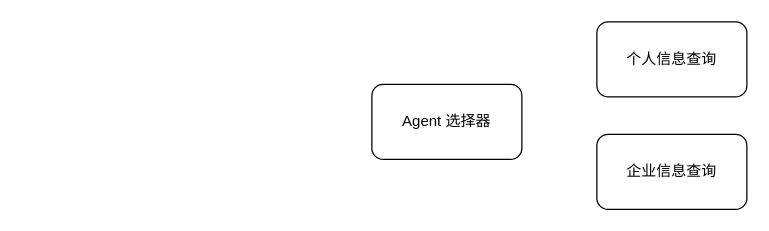
This is page "Agent" (2 of 2) of docs/智网.drawio from Ownership-Intelligence-Platform/ownership-intelligence-platform, a draw.io file, before an edit. Source tidied: cells renumbered, new cells numbered last; positions are measured from the earlier drawing's top-left corner, leaving out a move shared by most shapes. Both pictures are drawn from the tidied source at 125%, with x=0, y=0 at pixel (371, 21).
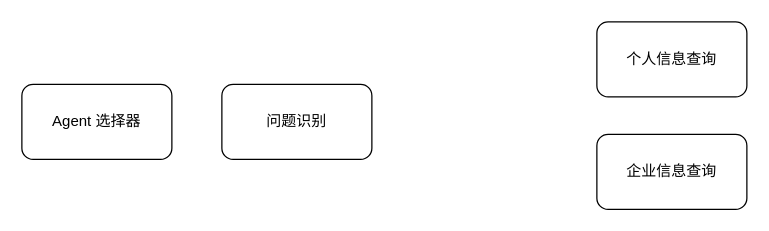
The same page after the edit.

The edit, as a diff of the source:
```diff
@@
 <mxGraphModel>
   <root>
     <mxCell id="0" />
     <mxCell id="1" parent="0" />
     <mxCell id="2" value="Agent 选择器" style="rounded=1;whiteSpace=wrap;html=1;" parent="1" vertex="1">
-      <mxGeometry y="50" width="120" height="60" as="geometry" />
+      <mxGeometry x="-280" y="50" width="120" height="60" as="geometry" />
     </mxCell>
     <mxCell id="3" value="个人信息查询" style="rounded=1;whiteSpace=wrap;html=1;" parent="1" vertex="1">
       <mxGeometry x="180" width="120" height="60" as="geometry" />
     </mxCell>
     <mxCell id="4" value="企业信息查询" style="rounded=1;whiteSpace=wrap;html=1;" parent="1" vertex="1">
       <mxGeometry x="180" y="90" width="120" height="60" as="geometry" />
     </mxCell>
+    <mxCell id="5" value="问题识别" style="rounded=1;whiteSpace=wrap;html=1;" parent="1" vertex="1">
+      <mxGeometry x="-120" y="50" width="120" height="60" as="geometry" />
+    </mxCell>
   </root>
 </mxGraphModel>
```
